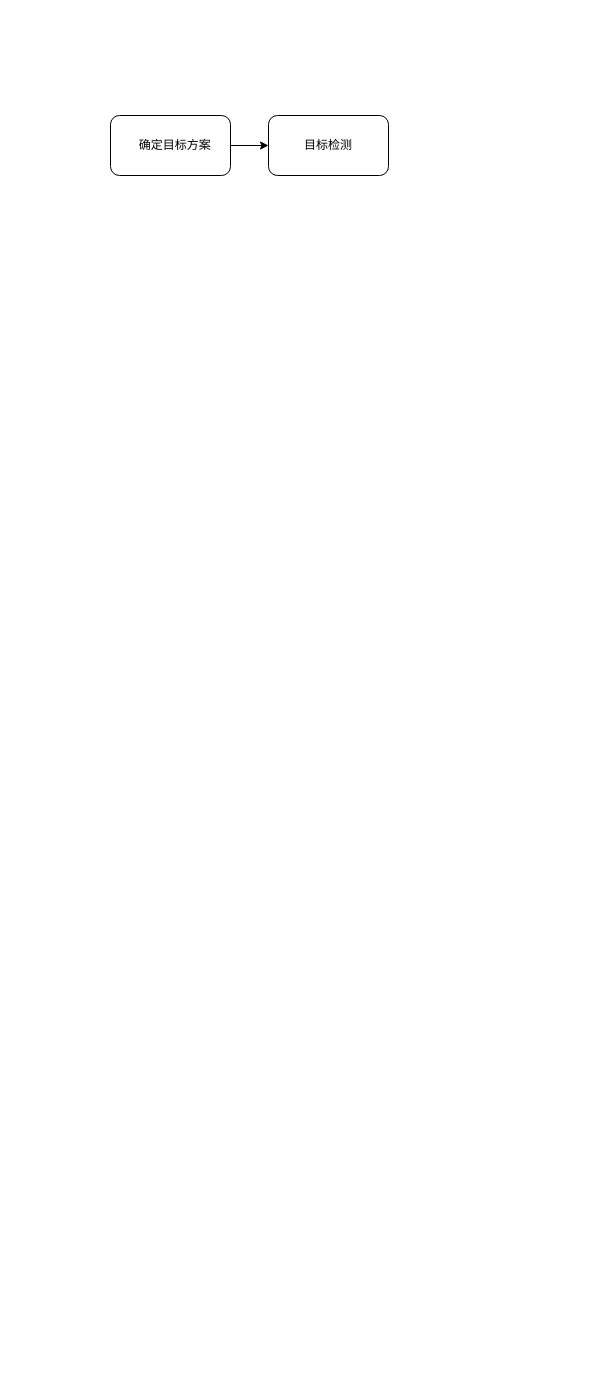
The draw.io diagram 未命名绘图.drawio in LearningOS/rust-rustlings-2023-autumn-Ss-shuang123, before the edit. Source tidied: cells renumbered, new cells numbered last; positions are measured from the earlier drawing's top-left corner, leaving out a move shared by most shapes. Both pictures are drawn from the tidied source at 100%, with x=0, y=0 at pixel (110, 115).
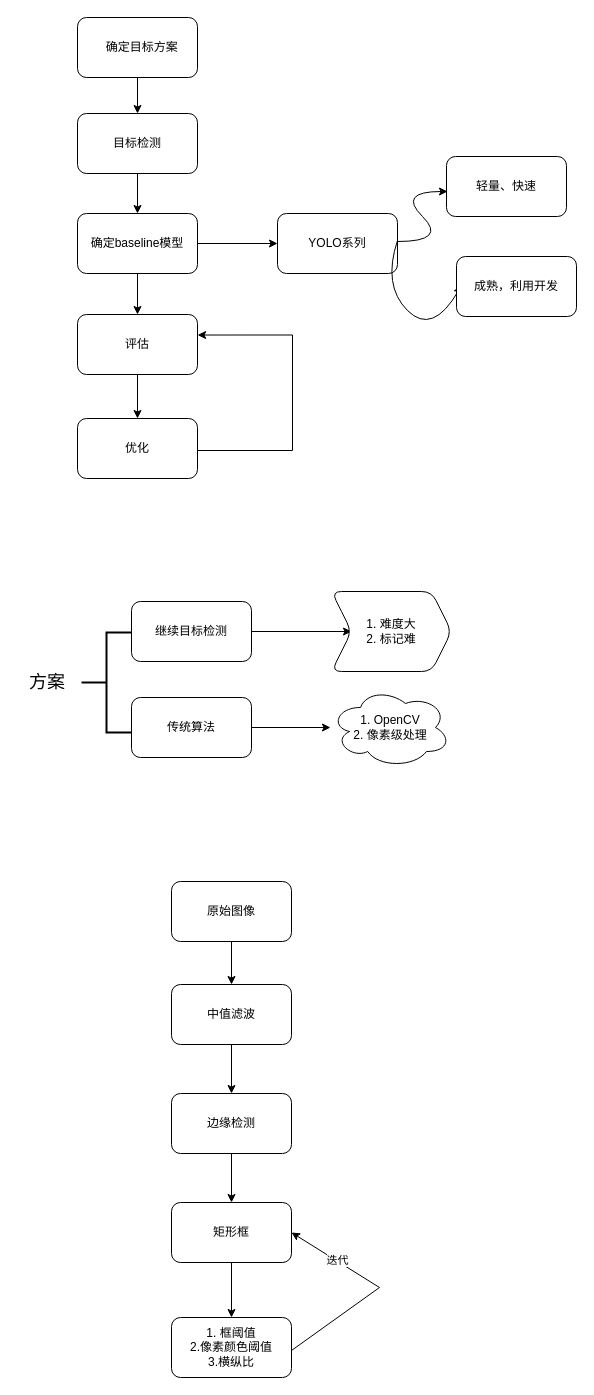
The same page after the edit.

Commit message:
更新未命名绘图.drawio

Change to the diagram source:
```diff
@@
     <mxCell id="3" value="&lt;span style=&quot;white-space: pre;&quot;&gt;&#9;&lt;/span&gt;确定目标方案" style="rounded=1;whiteSpace=wrap;html=1;align=left;" parent="1" vertex="1">
-      <mxGeometry width="120" height="60" as="geometry" />
+      <mxGeometry x="-33" y="-98" width="120" height="60" as="geometry" />
     </mxCell>
+    <mxCell id="5" style="edgeStyle=orthogonalEdgeStyle;rounded=0;jettySize=auto;html=1;" parent="1" edge="1" source="4" target="8">
+      <mxGeometry relative="1" as="geometry" />
+    </mxCell>
     <mxCell id="4" value="目标检测" style="whiteSpace=wrap;html=1;rounded=1;" parent="1" vertex="1">
-      <mxGeometry x="158" width="120" height="60" as="geometry" />
+      <mxGeometry x="-33" y="-2" width="120" height="60" as="geometry" />
     </mxCell>
+    <mxCell id="6" style="edgeStyle=orthogonalEdgeStyle;rounded=0;jettySize=auto;html=1;" parent="1" edge="1" source="8" target="10">
+      <mxGeometry relative="1" as="geometry" />
+    </mxCell>
+    <mxCell id="7" style="edgeStyle=orthogonalEdgeStyle;rounded=0;jettySize=auto;html=1;" parent="1" edge="1" source="8" target="12">
+      <mxGeometry relative="1" as="geometry" />
+    </mxCell>
+    <mxCell id="8" value="确定baseline模型" style="whiteSpace=wrap;html=1;rounded=1;" parent="1" vertex="1">
+      <mxGeometry x="-33" y="98" width="120" height="60" as="geometry" />
+    </mxCell>
+    <mxCell id="9" style="edgeStyle=orthogonalEdgeStyle;rounded=0;jettySize=auto;html=1;" parent="1" edge="1" source="10" target="11">
+      <mxGeometry relative="1" as="geometry" />
+    </mxCell>
+    <mxCell id="10" value="评估" style="rounded=1;whiteSpace=wrap;html=1;" parent="1" vertex="1">
+      <mxGeometry x="-33" y="199" width="120" height="60" as="geometry" />
+    </mxCell>
+    <mxCell id="11" value="优化" style="whiteSpace=wrap;html=1;rounded=1;" parent="1" vertex="1">
+      <mxGeometry x="-33" y="303" width="120" height="60" as="geometry" />
+    </mxCell>
+    <mxCell id="12" value="YOLO系列" style="whiteSpace=wrap;html=1;rounded=1;" parent="1" vertex="1">
+      <mxGeometry x="167" y="98" width="120" height="60" as="geometry" />
+    </mxCell>
+    <mxCell id="13" style="curved=1;endArrow=classic;html=1;rounded=0;" parent="1" edge="1">
+      <mxGeometry relative="1" as="geometry">
+        <mxPoint x="287" y="126" as="sourcePoint" />
+        <mxPoint x="337" y="76" as="targetPoint" />
+        <Array as="points">
+          <mxPoint x="337" y="126" />
+          <mxPoint x="287" y="76" />
+        </Array>
+      </mxGeometry>
+    </mxCell>
+    <mxCell id="14" value="轻量、快速" style="rounded=1;whiteSpace=wrap;html=1;" parent="1" vertex="1">
+      <mxGeometry x="336" y="41" width="120" height="60" as="geometry" />
+    </mxCell>
+    <mxCell id="15" style="curved=1;endArrow=classic;html=1;rounded=0;exitX=1;exitY=0.5;exitDx=0;exitDy=0;" parent="1" edge="1">
+      <mxGeometry relative="1" as="geometry">
+        <mxPoint x="287" y="125" as="sourcePoint" />
+        <mxPoint x="351" y="170" as="targetPoint" />
+        <Array as="points">
+          <mxPoint x="272" y="170" />
+          <mxPoint x="322" y="220" />
+        </Array>
+      </mxGeometry>
+    </mxCell>
+    <mxCell id="16" value="成熟，利用开发" style="rounded=1;whiteSpace=wrap;html=1;" parent="1" vertex="1">
+      <mxGeometry x="346" y="141" width="120" height="60" as="geometry" />
+    </mxCell>
+    <mxCell id="17" style="edgeStyle=orthogonalEdgeStyle;rounded=0;jettySize=auto;html=1;entryX=1.001;entryY=0.342;entryDx=0;entryDy=0;entryPerimeter=0;" parent="1" edge="1" source="11" target="10">
+      <mxGeometry relative="1" as="geometry">
+        <Array as="points">
+          <mxPoint x="182" y="335" />
+          <mxPoint x="182" y="220" />
+        </Array>
+      </mxGeometry>
+    </mxCell>
+    <mxCell id="18" style="strokeWidth=2;html=1;shape=mxgraph.flowchart.annotation_2;align=left;labelPosition=right;" parent="1" vertex="1">
+      <mxGeometry x="-29" y="517" width="50" height="100" as="geometry" />
+    </mxCell>
+    <mxCell id="19" value="&lt;font face=&quot;Times New Roman&quot; style=&quot;font-size: 18px;&quot;&gt;方案&lt;/font&gt;" style="text;html=1;strokeColor=none;fillColor=none;align=center;verticalAlign=middle;whiteSpace=wrap;rounded=0;" parent="1" vertex="1">
+      <mxGeometry x="-93" y="552" width="60" height="30" as="geometry" />
+    </mxCell>
+    <mxCell id="20" style="edgeStyle=orthogonalEdgeStyle;rounded=0;jettySize=auto;html=1;" parent="1" edge="1" source="21" target="22">
+      <mxGeometry relative="1" as="geometry" />
+    </mxCell>
+    <mxCell id="21" value="继续目标检测" style="rounded=1;whiteSpace=wrap;html=1;" parent="1" vertex="1">
+      <mxGeometry x="21" y="486" width="120" height="60" as="geometry" />
+    </mxCell>
+    <mxCell id="22" value="1. 难度大&lt;br&gt;2. 标记难" style="shape=step;perimeter=stepPerimeter;whiteSpace=wrap;html=1;fixedSize=1;rounded=1;" parent="1" vertex="1">
+      <mxGeometry x="221" y="476" width="120" height="80" as="geometry" />
+    </mxCell>
+    <mxCell id="23" style="edgeStyle=orthogonalEdgeStyle;rounded=0;jettySize=auto;html=1;" parent="1" edge="1" source="24" target="25">
+      <mxGeometry relative="1" as="geometry" />
+    </mxCell>
+    <mxCell id="24" value="传统算法" style="rounded=1;whiteSpace=wrap;html=1;" parent="1" vertex="1">
+      <mxGeometry x="21" y="582" width="120" height="60" as="geometry" />
+    </mxCell>
+    <mxCell id="25" value="1. OpenCV&lt;br&gt;2. 像素级处理" style="ellipse;shape=cloud;whiteSpace=wrap;html=1;rounded=1;" parent="1" vertex="1">
+      <mxGeometry x="220" y="572" width="120" height="80" as="geometry" />
+    </mxCell>
+    <mxCell id="26" style="edgeStyle=orthogonalEdgeStyle;rounded=0;jettySize=auto;html=1;" parent="1" edge="1" source="27" target="29">
+      <mxGeometry relative="1" as="geometry" />
+    </mxCell>
+    <mxCell id="27" value="原始图像" style="rounded=1;whiteSpace=wrap;html=1;" parent="1" vertex="1">
+      <mxGeometry x="61" y="766" width="120" height="60" as="geometry" />
+    </mxCell>
+    <mxCell id="28" style="edgeStyle=orthogonalEdgeStyle;rounded=0;jettySize=auto;html=1;" parent="1" edge="1" source="29" target="31">
+      <mxGeometry relative="1" as="geometry" />
+    </mxCell>
+    <mxCell id="29" value="中值滤波" style="rounded=1;whiteSpace=wrap;html=1;" parent="1" vertex="1">
+      <mxGeometry x="61" y="869" width="120" height="60" as="geometry" />
+    </mxCell>
+    <mxCell id="30" style="edgeStyle=orthogonalEdgeStyle;rounded=0;jettySize=auto;html=1;" parent="1" edge="1" source="31" target="33">
+      <mxGeometry relative="1" as="geometry" />
+    </mxCell>
+    <mxCell id="31" value="边缘检测" style="whiteSpace=wrap;html=1;rounded=1;" parent="1" vertex="1">
+      <mxGeometry x="61" y="978" width="120" height="60" as="geometry" />
+    </mxCell>
+    <mxCell id="32" style="edgeStyle=orthogonalEdgeStyle;rounded=0;jettySize=auto;html=1;" parent="1" edge="1" source="33" target="34">
+      <mxGeometry relative="1" as="geometry" />
+    </mxCell>
+    <mxCell id="33" value="矩形框" style="whiteSpace=wrap;html=1;rounded=1;" parent="1" vertex="1">
+      <mxGeometry x="61" y="1087" width="120" height="60" as="geometry" />
+    </mxCell>
+    <mxCell id="34" value="1. 框阈值&lt;br&gt;2.像素颜色阈值&lt;br&gt;3.横纵比" style="whiteSpace=wrap;html=1;rounded=1;" parent="1" vertex="1">
+      <mxGeometry x="61" y="1202" width="120" height="60" as="geometry" />
+    </mxCell>
+    <mxCell id="35" style="endArrow=classic;html=1;rounded=0;entryX=1;entryY=0.5;entryDx=0;entryDy=0;" parent="1" edge="1" target="33">
+      <mxGeometry relative="1" as="geometry">
+        <mxPoint x="181" y="1235" as="sourcePoint" />
+        <Array as="points">
+          <mxPoint x="269" y="1172" />
+        </Array>
+      </mxGeometry>
+    </mxCell>
+    <mxCell id="36" value="迭代" style="edgeLabel;html=1;align=center;verticalAlign=middle;" parent="35" vertex="1">
+      <mxGeometry x="0.49" relative="1" as="geometry">
+        <mxPoint y="-1" as="offset" />
+      </mxGeometry>
+    </mxCell>
```
